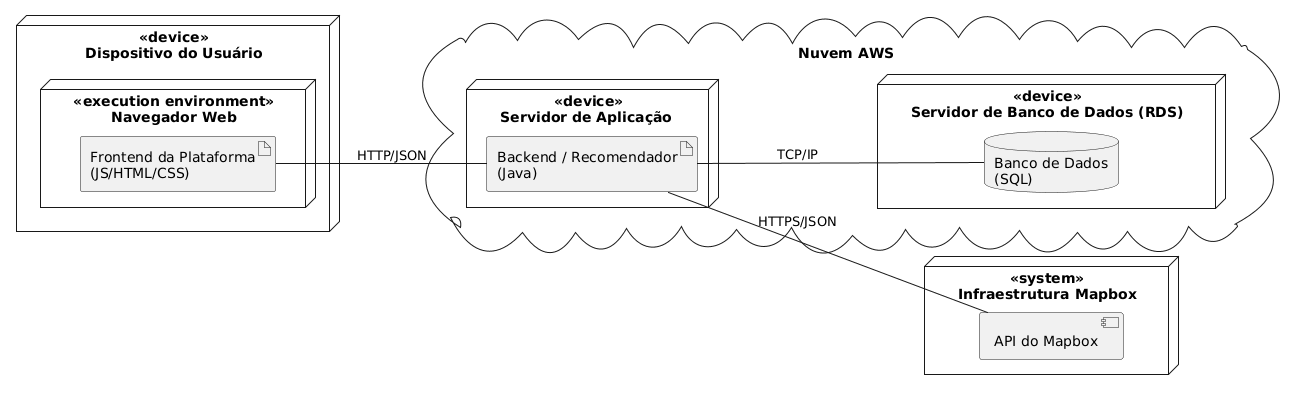
Above: Modelagem/Outputs(Imagens)/Diagrama de implantação.png in J-B-Works/Wisp (PlantUML), before the change.
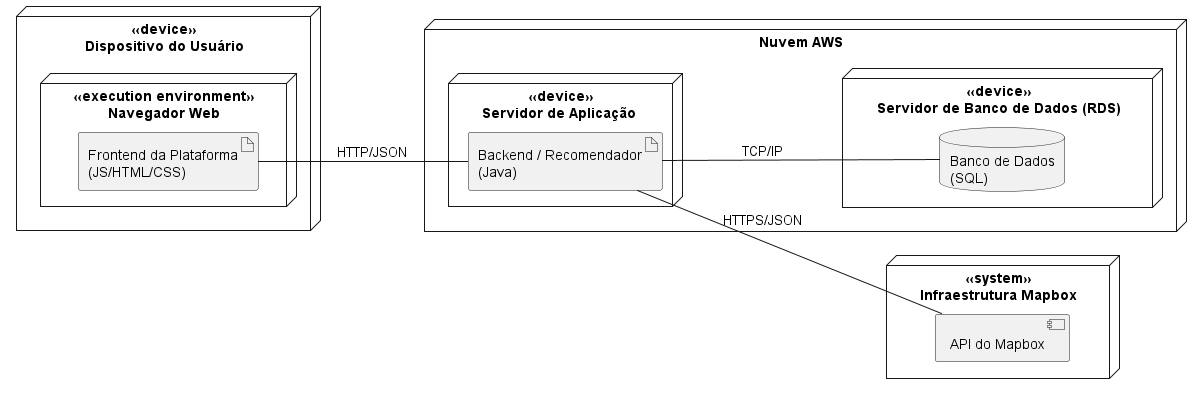
The same diagram one commit later.

The edit, as a diff of the source:
```diff
@@ -1,4 +1,5 @@
 @startuml
+
 left to right direction
 
 node "<<device>>\nDispositivo do Usuário" as user_device {
@@ -7,7 +8,7 @@
     }
 }
 
-cloud "Nuvem AWS" as aws {
+node "Nuvem AWS" as aws {
     node "<<device>>\nServidor de Aplicação " as AppServer {
         artifact "Backend / Recomendador\n(Java)" as backend
     }
@@ -24,4 +25,5 @@
 frontend -- backend : HTTP/JSON
 backend -- db : TCP/IP
 backend -- mapbox_api : HTTPS/JSON
+
 @enduml
```
